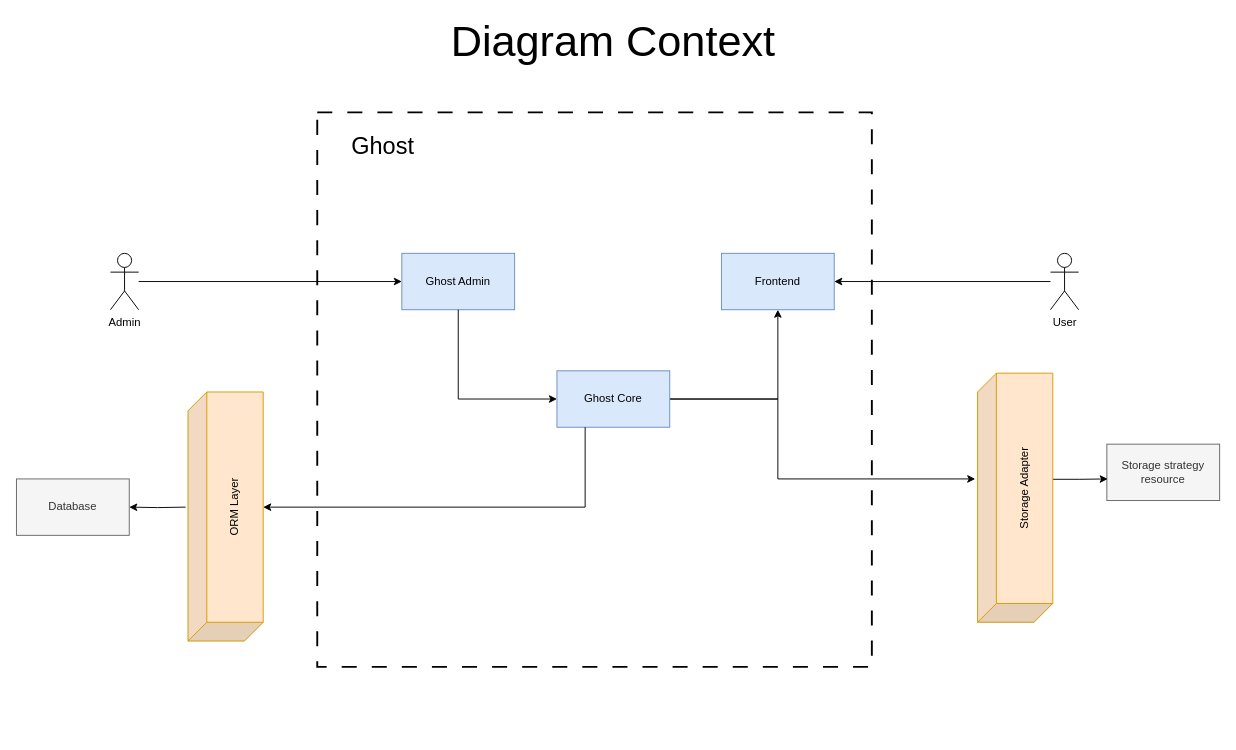
Before: ghost-context-diagram.drawio in zearkiatos/architecture-diagrams, a draw.io diagram. Source tidied: cells renumbered, new cells numbered last; positions are measured from the earlier drawing's top-left corner, leaving out a move shared by most shapes. Both pictures are drawn from the tidied source at 94%, with x=0, y=0 at pixel (16, 27).
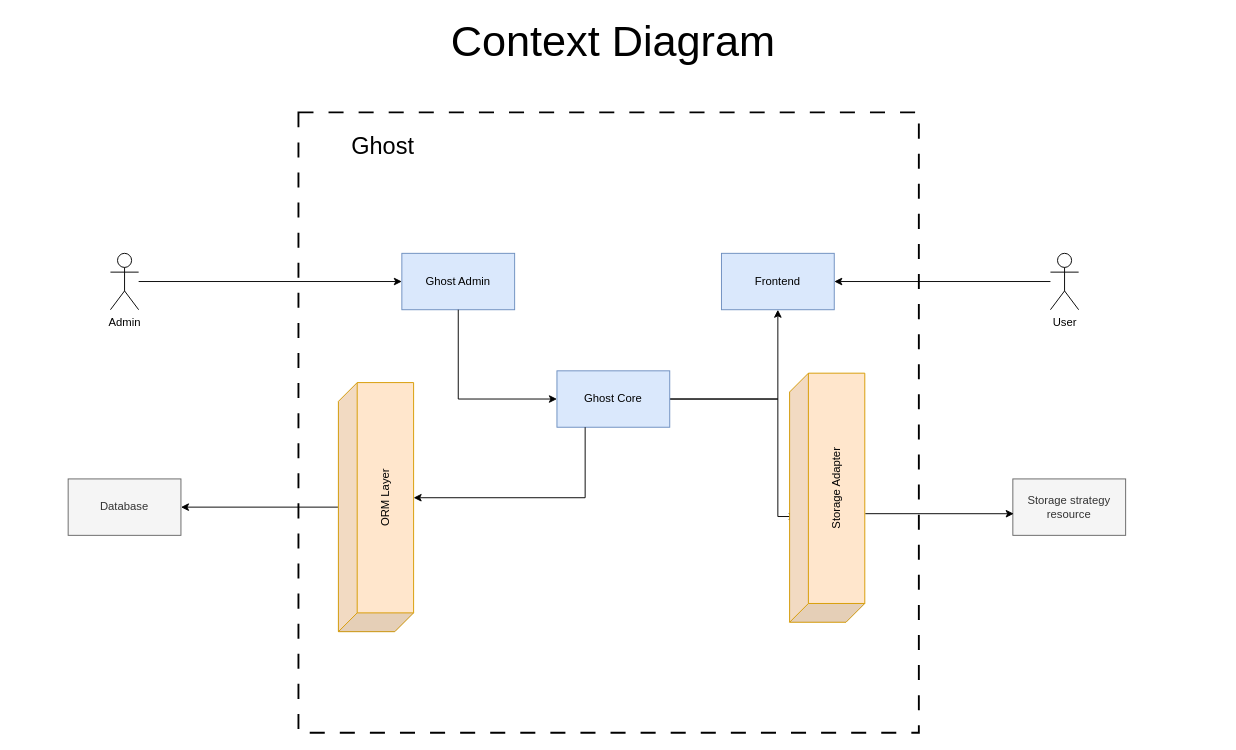
The same page after the edit.

The change refers to these unchanged cells:
```xml
<mxCell id="5" value="Ghost Core&lt;br&gt;" style="rounded=0;whiteSpace=wrap;html=1;fillColor=#dae8fc;strokeColor=#6c8ebf;" parent="1" vertex="1">
  <mxGeometry x="575" y="365" width="120" height="60" as="geometry" />
</mxCell>
```

Change to the diagram source:
```diff
@@
     <mxCell id="2" style="whiteSpace=wrap;html=1;fillColor=none;dashed=1;dashPattern=8 8;strokeWidth=2;" parent="1" vertex="1">
-      <mxGeometry x="320" y="90" width="590" height="590" as="geometry" />
+      <mxGeometry x="300" y="90" width="660" height="660" as="geometry" />
     </mxCell>
@@
-    <mxCell id="4" style="edgeStyle=orthogonalEdgeStyle;rounded=0;jettySize=auto;html=1;entryX=0;entryY=0.5;entryDx=0;entryDy=0;" parent="1" edge="1" source="5">
+    <mxCell id="4" style="edgeStyle=orthogonalEdgeStyle;rounded=0;jettySize=auto;html=1;" parent="1" edge="1" source="5">
       <mxGeometry relative="1" as="geometry">
-        <mxPoint x="1020" y="480" as="targetPoint" />
+        <mxPoint x="830" y="520" as="targetPoint" />
         <Array as="points">
           <mxPoint x="810" y="395" />
-          <mxPoint x="810" y="480" />
+          <mxPoint x="810" y="520" />
+          <mxPoint x="822" y="520" />
         </Array>
       </mxGeometry>
     </mxCell>
@@
     <mxCell id="14" value="Storage strategy resource" style="rounded=0;whiteSpace=wrap;html=1;fillColor=#f5f5f5;fontColor=#333333;strokeColor=#666666;" parent="1" vertex="1">
-      <mxGeometry x="1160" y="443" width="120" height="60" as="geometry" />
+      <mxGeometry x="1060" y="480" width="120" height="60" as="geometry" />
     </mxCell>
-    <mxCell id="15" style="edgeStyle=orthogonalEdgeStyle;rounded=0;jettySize=auto;html=1;entryX=0.008;entryY=0.617;entryDx=0;entryDy=0;entryPerimeter=0;exitX=0.574;exitY=0.992;exitDx=0;exitDy=0;exitPerimeter=0;" parent="1" edge="1" source="16" target="14">
+    <mxCell id="15" style="edgeStyle=orthogonalEdgeStyle;rounded=0;jettySize=auto;html=1;entryX=0.008;entryY=0.617;entryDx=0;entryDy=0;entryPerimeter=0;exitX=0.436;exitY=1.006;exitDx=0;exitDy=0;exitPerimeter=0;" parent="1" edge="1" source="16" target="14">
       <mxGeometry relative="1" as="geometry" />
     </mxCell>
     <mxCell id="16" value="Storage Adapter" style="shape=cube;whiteSpace=wrap;html=1;boundedLbl=1;backgroundOutline=1;darkOpacity=0.05;darkOpacity2=0.1;rotation=-90;fillColor=#ffe6cc;strokeColor=#d79b00;" parent="1" vertex="1">
-      <mxGeometry x="930" y="460" width="265" height="80" as="geometry" />
+      <mxGeometry x="730" y="460" width="265" height="80" as="geometry" />
     </mxCell>
-    <mxCell id="17" style="edgeStyle=orthogonalEdgeStyle;rounded=0;jettySize=auto;html=1;entryX=1;entryY=0.5;entryDx=0;entryDy=0;" parent="1" edge="1" target="20">
-      <mxGeometry relative="1" as="geometry">
-        <mxPoint x="180" y="510" as="sourcePoint" />
-      </mxGeometry>
+    <mxCell id="17" style="edgeStyle=orthogonalEdgeStyle;rounded=0;jettySize=auto;html=1;entryX=1;entryY=0.5;entryDx=0;entryDy=0;exitX=0.5;exitY=-0.006;exitDx=0;exitDy=0;exitPerimeter=0;" parent="1" edge="1" source="18" target="20">
+      <mxGeometry relative="1" as="geometry" />
     </mxCell>
     <mxCell id="18" value="ORM Layer" style="shape=cube;whiteSpace=wrap;html=1;boundedLbl=1;backgroundOutline=1;darkOpacity=0.05;darkOpacity2=0.1;rotation=-90;fillColor=#ffe6cc;strokeColor=#d79b00;" parent="1" vertex="1">
-      <mxGeometry x="90" y="480" width="265" height="80" as="geometry" />
+      <mxGeometry x="250" y="470" width="265" height="80" as="geometry" />
     </mxCell>
@@
     <mxCell id="20" value="Database" style="rounded=0;whiteSpace=wrap;html=1;fillColor=#f5f5f5;fontColor=#333333;strokeColor=#666666;" parent="1" vertex="1">
-      <mxGeometry y="480" width="120" height="60" as="geometry" />
+      <mxGeometry x="55" y="480" width="120" height="60" as="geometry" />
     </mxCell>
-    <mxCell id="21" value="&lt;font style=&quot;font-size: 46px;&quot;&gt;Diagram Context&lt;/font&gt;" style="text;html=1;strokeColor=none;fillColor=none;align=center;verticalAlign=middle;whiteSpace=wrap;rounded=0;fontSize=32;" parent="1" vertex="1">
+    <mxCell id="21" value="&lt;font style=&quot;font-size: 46px;&quot;&gt;Context Diagram&lt;/font&gt;" style="text;html=1;strokeColor=none;fillColor=none;align=center;verticalAlign=middle;whiteSpace=wrap;rounded=0;fontSize=32;" parent="1" vertex="1">
       <mxGeometry x="430" width="410" height="30" as="geometry" />
     </mxCell>
```
